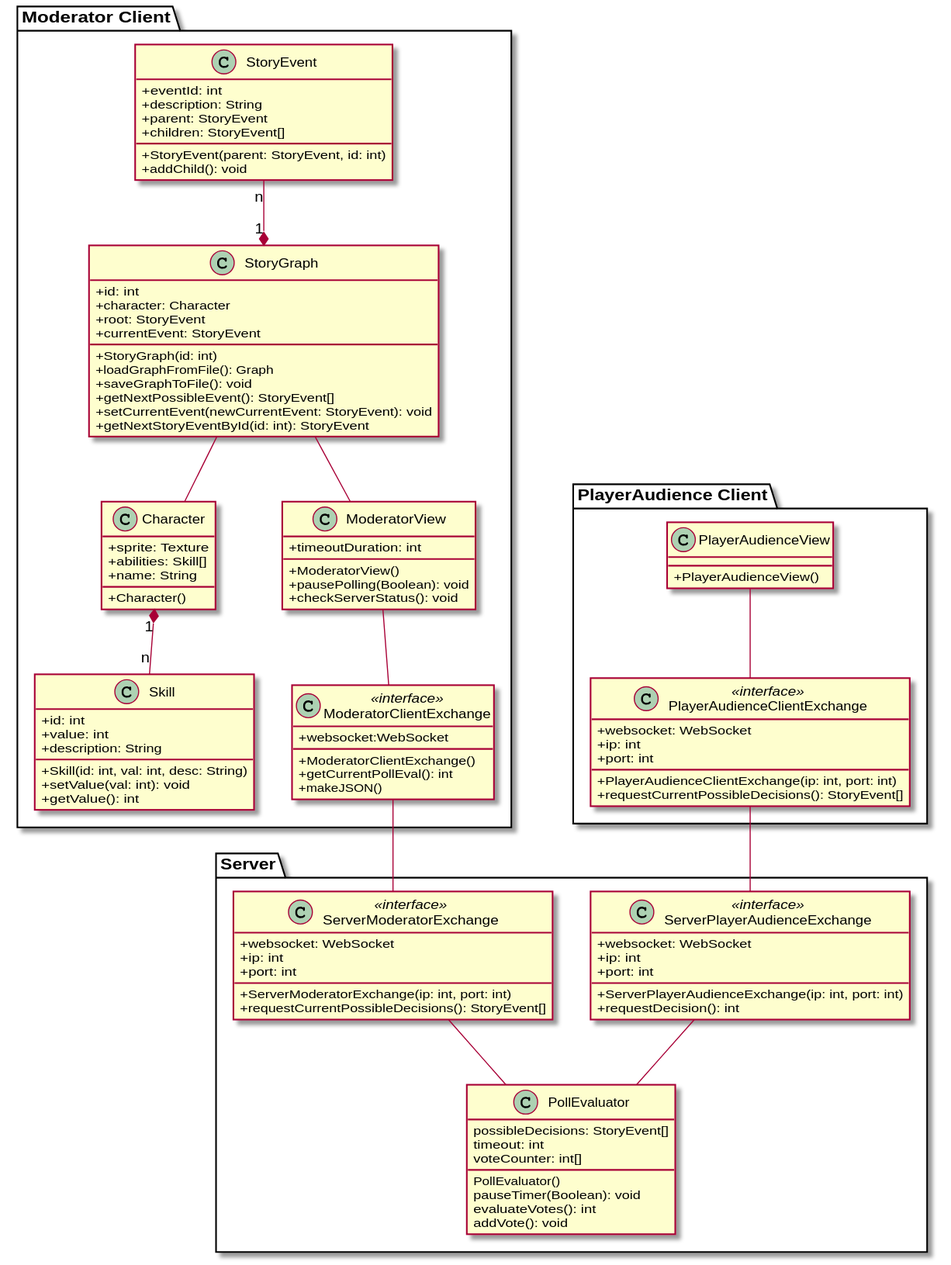
This is Docs/Technical Specifications/docs/diagrams/ClassDiagram.svg from Brotenko/QualityQuest, a PlantUML export, as it was before one commit. Source of this version:
```plantuml
@startuml
skinparam classAttributeIconSize 0

package "Moderator Client" {

  class StoryEvent {
    {field} +eventId: int
    {field} +description: String
    {field} +parent: StoryEvent
    {field} +children: StoryEvent[]
    {method} +StoryEvent(parent: StoryEvent, id: int)
    {method} +addChild(): void
  }

  class StoryGraph {
    {field} +id: int
    {field} +character: Character
    {field} +root: StoryEvent
    {field} +currentEvent: StoryEvent
    {method} +StoryGraph(id: int)
    {method} +loadGraphFromFile(): Graph
    {method} +saveGraphToFile(): void
    {method} +getNextPossibleEvent(): StoryEvent[]
    {method} +setCurrentEvent(newCurrentEvent: StoryEvent): void
    {method} +getNextStoryEventById(id: int): StoryEvent
  }

  class Skill {
    {field} +id: int
    {field} +value: int
    {field} +description: String
    {method} + Skill(id: int, val: int, desc: String)
    {method} + setValue(val: int): void
    {method} + getValue(): int
  }

  class Character {
    {field} +sprite: Texture
    {field} +abilities: Skill[]
    {field} +name: String
    {method} +Character()
  }

  class ModeratorView {
    {field} +timeoutDuration: int
    {method} +ModeratorView()
    {method} +pausePolling(Boolean): void
    {method} +checkServerStatus(): void
  }

  class "ModeratorClientExchange" as mcei <<interface>>{
    {field} +websocket:WebSocket
    {method} +ModeratorClientExchange()
    {method} +getCurrentPollEval(): int
    {method} +makeJSON()
  }
}

package "Server" {

  class "ServerModeratorExchange" as smei <<interface>>{
    {field} +websocket: WebSocket
    {field} +ip: int
    {field} +port: int
    {method} +ServerModeratorExchange(ip: int, port: int)
    {method} +requestCurrentPossibleDecisions(): StoryEvent[]
  }

  class "ServerPlayerAudienceExchange" as spaei <<interface>>{
    {field} +websocket: WebSocket
    {field} +ip: int
    {field} +port: int
    {method} +ServerPlayerAudienceExchange(ip: int, port: int)
    {method} +requestDecision(): int
  }

  class "PollEvaluator" as pe {

    {field} possibleDecisions: StoryEvent[]
    {field} timeout: int
    {field} voteCounter: int[]
    {method} PollEvaluator()
    {method} pauseTimer(Boolean): void
    {method} evaluateVotes(): int
    {method} addVote(): void
  }
}


package "PlayerAudience Client"{

  class "PlayerAudienceClientExchange" as pacei <<interface>>{
    {field} +websocket: WebSocket
    {field} +ip: int
    {field} +port: int
    {method} +PlayerAudienceClientExchange(ip: int, port: int)
    {method} +requestCurrentPossibleDecisions(): StoryEvent[]
  }

  class "PlayerAudienceView" as pav {
    {method} +PlayerAudienceView()
  }

}

StoryEvent "n" --* "1" StoryGraph
StoryGraph -- ModeratorView
StoryGraph -- Character
Character "1" *-- "n" Skill
ModeratorView -- mcei
smei -- pe
spaei -- pe
pacei -up- pav
mcei -- smei
pacei -- spaei
@enduml
```
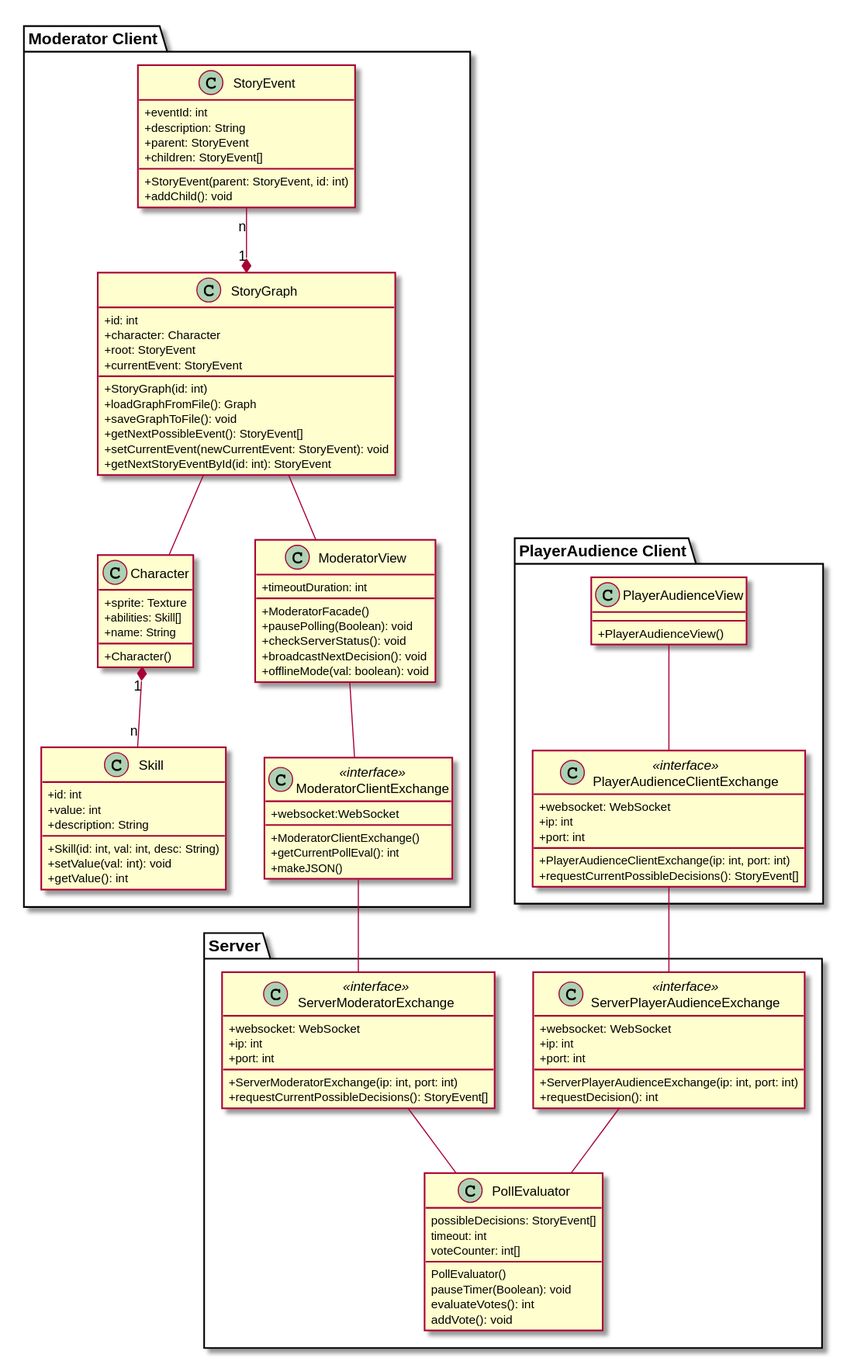
After the commit.

Commit message:
Added the architecture diagram changes.

The edit, as a diff of the source:
```diff
@@ -1,4 +1,5 @@
 @startuml
+
 skinparam classAttributeIconSize 0
 
 package "Moderator Client" {
@@ -41,12 +42,15 @@
     {method} +Character()
   }
 
-  class ModeratorView {
+  class "ModeratorView" as mf {
     {field} +timeoutDuration: int
-    {method} +ModeratorView()
+    {method} +ModeratorFacade()
     {method} +pausePolling(Boolean): void
     {method} +checkServerStatus(): void
+    {method} +broadcastNextDecision(): void
+    {method} +offlineMode(val: boolean): void
   }
+
 
   class "ModeratorClientExchange" as mcei <<interface>>{
     {field} +websocket:WebSocket
@@ -100,14 +104,13 @@
   class "PlayerAudienceView" as pav {
     {method} +PlayerAudienceView()
   }
-
 }
 
 StoryEvent "n" --* "1" StoryGraph
-StoryGraph -- ModeratorView
+StoryGraph -- mf
 StoryGraph -- Character
 Character "1" *-- "n" Skill
-ModeratorView -- mcei
+mf -- mcei
 smei -- pe
 spaei -- pe
 pacei -up- pav
```
